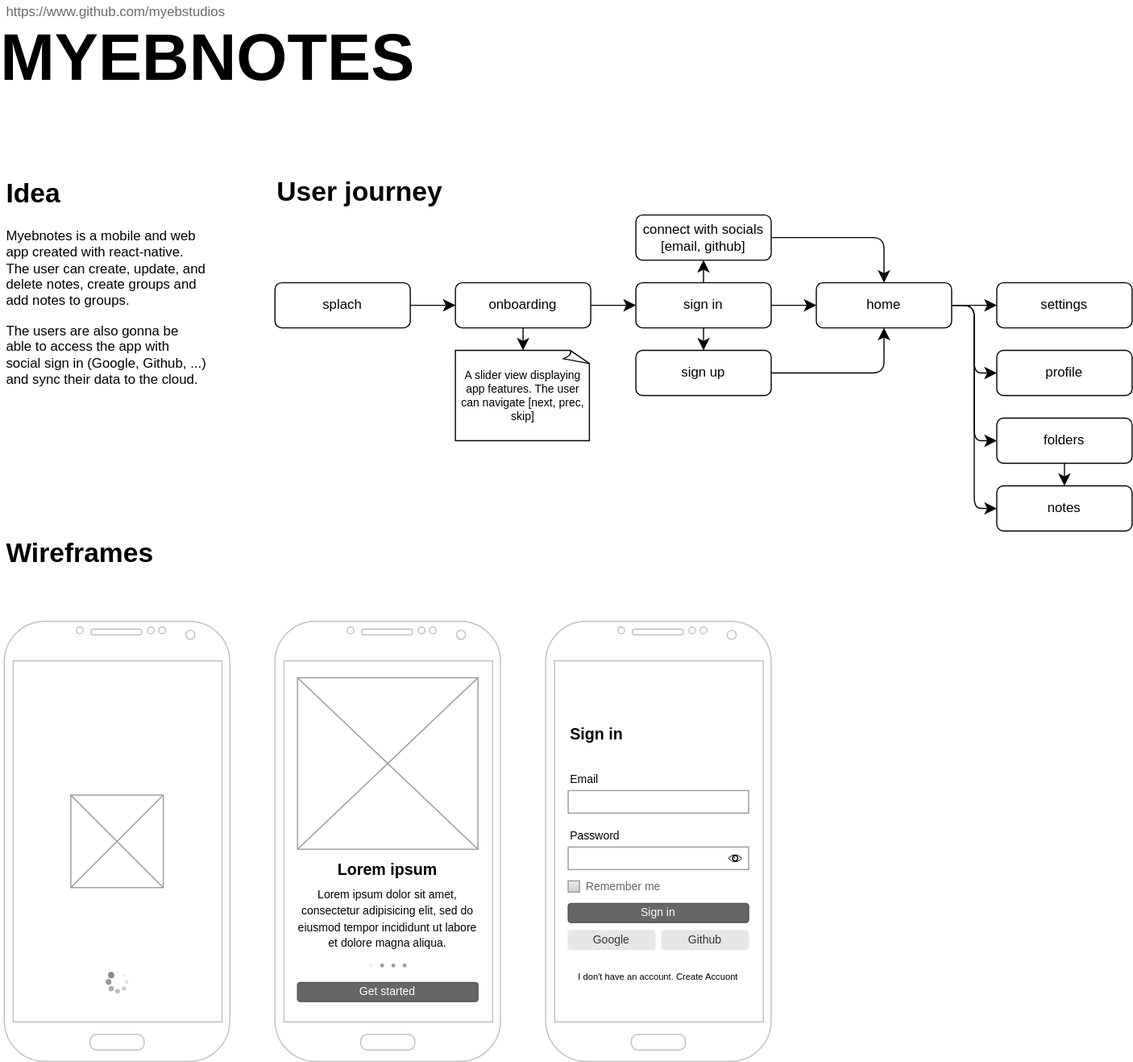
Before: docs/diagrams/concept.svg, a diagram exported from draw.io (myebstudios/myebnotes). Source tidied: cells renumbered, new cells last; positions are measured from the earlier drawing's top-left corner, leaving out a move shared by most shapes.
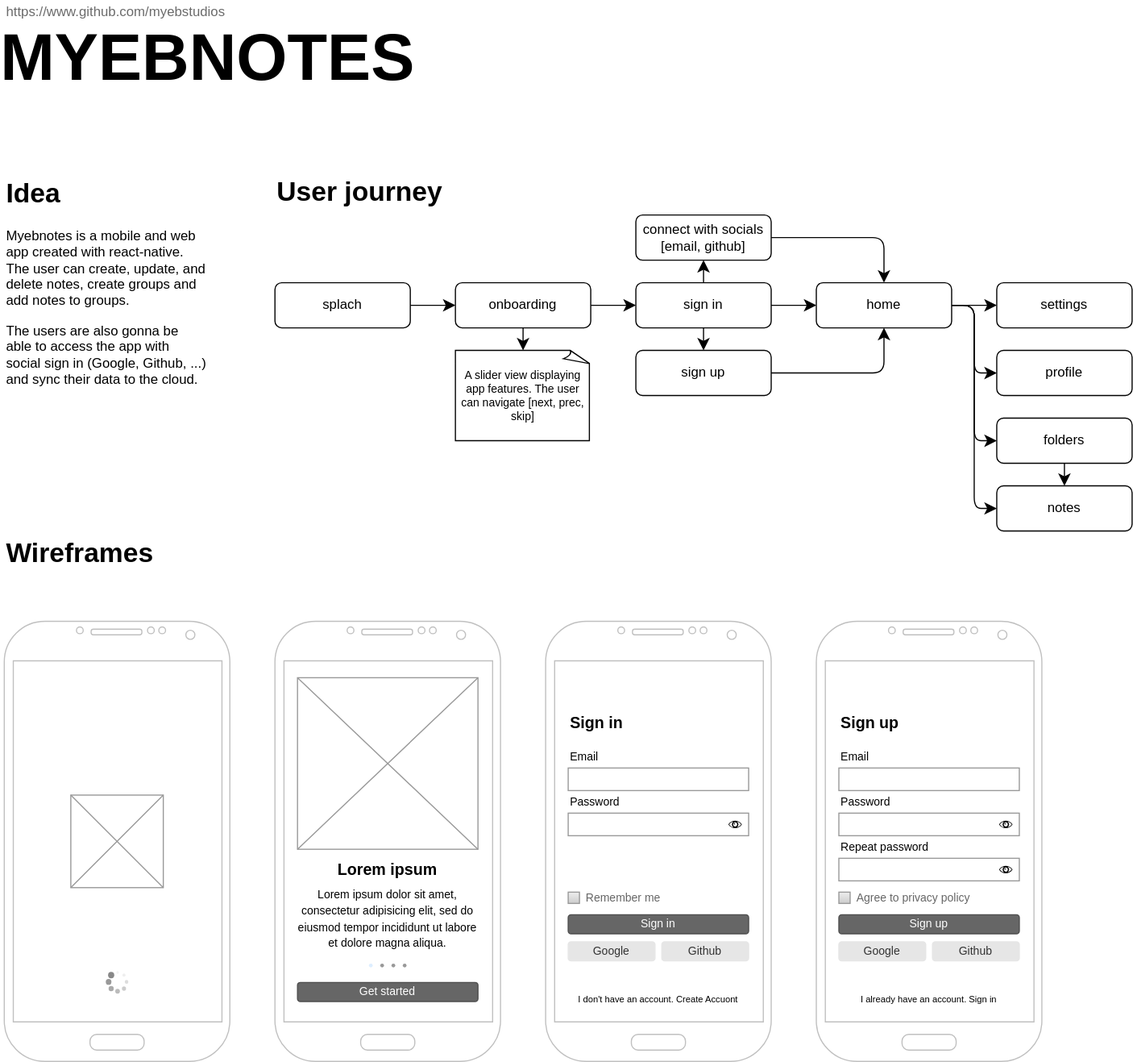
After the commit.

Diff of the diagram source:
```diff
@@ -126,16 +126,13 @@
       <mxGeometry width="200" height="390" as="geometry" />
     </mxCell>
     <mxCell id="43" value="&lt;h3&gt;Sign in&lt;/h3&gt;" style="text;html=1;align=left;verticalAlign=middle;whiteSpace=wrap;rounded=0;" parent="41" vertex="1">
-      <mxGeometry x="20" y="90" width="100" height="20" as="geometry" />
+      <mxGeometry x="20" y="80" width="100" height="20" as="geometry" />
     </mxCell>
     <mxCell id="44" style="group;" parent="41" vertex="1">
-      <mxGeometry x="20" y="130" width="160" height="190" as="geometry" />
+      <mxGeometry x="20" y="120" width="160" height="190" as="geometry" />
     </mxCell>
-    <mxCell id="45" value="&lt;p style=&quot;font-size: 8px;&quot;&gt;I don't have an account. Create Accuont&lt;/p&gt;" style="text;html=1;align=center;verticalAlign=middle;whiteSpace=wrap;rounded=0;fontSize=8;" parent="44" vertex="1">
-      <mxGeometry y="180" width="160" height="10" as="geometry" />
-    </mxCell>
     <mxCell id="46" style="group;" parent="44" vertex="1">
-      <mxGeometry width="160" height="41" as="geometry" />
+      <mxGeometry y="-10" width="160" height="41" as="geometry" />
     </mxCell>
     <mxCell id="47" value="********" style="strokeWidth=1;shadow=0;dashed=0;align=center;html=1;shape=mxgraph.mockup.forms.pwField;strokeColor=#999999;mainText=;align=left;fontColor=#666666;fontSize=17;spacingLeft=3;noLabel=1;" parent="46" vertex="1">
       <mxGeometry y="20" width="160" height="20" as="geometry" />
@@ -144,7 +141,7 @@
       <mxGeometry width="40" height="20" as="geometry" />
     </mxCell>
     <mxCell id="49" style="group;" parent="44" vertex="1">
-      <mxGeometry y="50" width="160" height="41" as="geometry" />
+      <mxGeometry y="30" width="160" height="41" as="geometry" />
     </mxCell>
     <mxCell id="50" value="********" style="strokeWidth=1;shadow=0;dashed=0;align=center;html=1;shape=mxgraph.mockup.forms.pwField;strokeColor=#999999;mainText=;align=left;fontColor=#666666;fontSize=17;spacingLeft=3;noLabel=1;" parent="49" vertex="1">
       <mxGeometry y="20" width="160" height="20" as="geometry" />
@@ -156,10 +153,10 @@
       <mxGeometry x="142" y="26.7" width="12" height="6.7" as="geometry" />
     </mxCell>
     <mxCell id="53" value="&lt;p style=&quot;line-height: 177%;&quot;&gt;&lt;font style=&quot;font-size: 10px;&quot;&gt;Remember me&lt;/font&gt;&lt;/p&gt;" style="strokeWidth=1;shadow=0;dashed=0;align=center;html=1;shape=mxgraph.mockup.forms.rrect;rSize=0;fillColor=#eeeeee;strokeColor=#999999;gradientColor=#cccccc;align=left;spacingLeft=4;fontSize=17;fontColor=#666666;labelPosition=right;" parent="44" vertex="1">
-      <mxGeometry y="100" width="10" height="10" as="geometry" />
+      <mxGeometry y="120" width="10" height="10" as="geometry" />
     </mxCell>
     <mxCell id="54" style="group;" parent="44" vertex="1">
-      <mxGeometry y="120" width="160" height="40.9" as="geometry" />
+      <mxGeometry y="140" width="160" height="40.9" as="geometry" />
     </mxCell>
     <mxCell id="55" value="Sign in" style="rounded=1;html=1;shadow=0;dashed=0;whiteSpace=wrap;fontSize=10;fillColor=#666666;align=center;strokeColor=#4D4D4D;fontColor=#ffffff;" parent="54" vertex="1">
       <mxGeometry width="160" height="16.9" as="geometry" />
@@ -170,5 +167,65 @@
     <mxCell id="57" value="Github" style="rounded=1;html=1;shadow=0;dashed=0;whiteSpace=wrap;fontSize=10;fillColor=#E6E6E6;align=center;strokeColor=#E6E6E6;fontColor=#333333;" parent="54" vertex="1">
       <mxGeometry x="83" y="24" width="77" height="16.9" as="geometry" />
     </mxCell>
+    <mxCell id="45" value="&lt;p style=&quot;font-size: 8px;&quot;&gt;I don't have an account. Create Accuont&lt;/p&gt;" style="text;html=1;align=center;verticalAlign=middle;whiteSpace=wrap;rounded=0;fontSize=8;" parent="41" vertex="1">
+      <mxGeometry x="20" y="330" width="160" height="10" as="geometry" />
+    </mxCell>
+    <mxCell id="58" style="verticalLabelPosition=bottom;verticalAlign=top;html=1;shadow=0;dashed=0;strokeWidth=1;shape=mxgraph.android.phone2;strokeColor=#c0c0c0;" parent="1" vertex="1">
+      <mxGeometry x="720" y="550" width="200" height="390" as="geometry" />
+    </mxCell>
+    <mxCell id="59" value="&lt;h3&gt;Sign up&lt;/h3&gt;" style="text;html=1;align=left;verticalAlign=middle;whiteSpace=wrap;rounded=0;" parent="1" vertex="1">
+      <mxGeometry x="740" y="630" width="100" height="20" as="geometry" />
+    </mxCell>
+    <mxCell id="60" value="&lt;p style=&quot;font-size: 8px;&quot;&gt;I already have an account. Sign in&lt;/p&gt;" style="text;html=1;align=center;verticalAlign=middle;whiteSpace=wrap;rounded=0;fontSize=8;" parent="1" vertex="1">
+      <mxGeometry x="740" y="880" width="160" height="10" as="geometry" />
+    </mxCell>
+    <mxCell id="61" style="group;" parent="1" vertex="1">
+      <mxGeometry x="740" y="660" width="160" height="41" as="geometry" />
+    </mxCell>
+    <mxCell id="62" value="********" style="strokeWidth=1;shadow=0;dashed=0;align=center;html=1;shape=mxgraph.mockup.forms.pwField;strokeColor=#999999;mainText=;align=left;fontColor=#666666;fontSize=17;spacingLeft=3;noLabel=1;" parent="61" vertex="1">
+      <mxGeometry y="20" width="160" height="20" as="geometry" />
+    </mxCell>
+    <mxCell id="63" value="Email" style="text;html=1;align=left;verticalAlign=middle;whiteSpace=wrap;rounded=0;fontSize=10;" parent="61" vertex="1">
+      <mxGeometry width="40" height="20" as="geometry" />
+    </mxCell>
+    <mxCell id="64" style="group;" parent="1" vertex="1">
+      <mxGeometry x="740" y="700" width="160" height="41" as="geometry" />
+    </mxCell>
+    <mxCell id="65" value="********" style="strokeWidth=1;shadow=0;dashed=0;align=center;html=1;shape=mxgraph.mockup.forms.pwField;strokeColor=#999999;mainText=;align=left;fontColor=#666666;fontSize=17;spacingLeft=3;noLabel=1;" parent="64" vertex="1">
+      <mxGeometry y="20" width="160" height="20" as="geometry" />
+    </mxCell>
+    <mxCell id="66" value="Password" style="text;html=1;align=left;verticalAlign=middle;whiteSpace=wrap;rounded=0;fontSize=10;" parent="64" vertex="1">
+      <mxGeometry width="60" height="20" as="geometry" />
+    </mxCell>
+    <mxCell id="67" style="shape=mxgraph.signs.healthcare.eye;html=1;fillColor=#000000;strokeColor=none;verticalLabelPosition=bottom;verticalAlign=top;align=center;" parent="64" vertex="1">
+      <mxGeometry x="142" y="26.7" width="12" height="6.7" as="geometry" />
+    </mxCell>
+    <mxCell id="68" value="&lt;p style=&quot;line-height: 177%;&quot;&gt;&lt;font style=&quot;font-size: 10px;&quot;&gt;Agree to privacy policy&lt;/font&gt;&lt;/p&gt;" style="strokeWidth=1;shadow=0;dashed=0;align=center;html=1;shape=mxgraph.mockup.forms.rrect;rSize=0;fillColor=#eeeeee;strokeColor=#999999;gradientColor=#cccccc;align=left;spacingLeft=4;fontSize=17;fontColor=#666666;labelPosition=right;" parent="1" vertex="1">
+      <mxGeometry x="740" y="790" width="10" height="10" as="geometry" />
+    </mxCell>
+    <mxCell id="69" style="group;" parent="1" vertex="1">
+      <mxGeometry x="740" y="810" width="160" height="40.9" as="geometry" />
+    </mxCell>
+    <mxCell id="70" value="Sign up" style="rounded=1;html=1;shadow=0;dashed=0;whiteSpace=wrap;fontSize=10;fillColor=#666666;align=center;strokeColor=#4D4D4D;fontColor=#ffffff;" parent="69" vertex="1">
+      <mxGeometry width="160" height="16.9" as="geometry" />
+    </mxCell>
+    <mxCell id="71" value="Google" style="rounded=1;html=1;shadow=0;dashed=0;whiteSpace=wrap;fontSize=10;fillColor=#E6E6E6;align=center;strokeColor=#E6E6E6;fontColor=#333333;" parent="69" vertex="1">
+      <mxGeometry y="24" width="77" height="16.9" as="geometry" />
+    </mxCell>
+    <mxCell id="72" value="Github" style="rounded=1;html=1;shadow=0;dashed=0;whiteSpace=wrap;fontSize=10;fillColor=#E6E6E6;align=center;strokeColor=#E6E6E6;fontColor=#333333;" parent="69" vertex="1">
+      <mxGeometry x="83" y="24" width="77" height="16.9" as="geometry" />
+    </mxCell>
+    <mxCell id="73" style="group;" parent="1" vertex="1">
+      <mxGeometry x="740" y="740" width="160" height="41" as="geometry" />
+    </mxCell>
+    <mxCell id="74" value="********" style="strokeWidth=1;shadow=0;dashed=0;align=center;html=1;shape=mxgraph.mockup.forms.pwField;strokeColor=#999999;mainText=;align=left;fontColor=#666666;fontSize=17;spacingLeft=3;noLabel=1;" parent="73" vertex="1">
+      <mxGeometry y="20" width="160" height="20" as="geometry" />
+    </mxCell>
+    <mxCell id="75" value="Repeat password" style="text;html=1;align=left;verticalAlign=middle;whiteSpace=wrap;rounded=0;fontSize=10;" parent="73" vertex="1">
+      <mxGeometry width="100" height="20" as="geometry" />
+    </mxCell>
+    <mxCell id="76" style="shape=mxgraph.signs.healthcare.eye;html=1;fillColor=#000000;strokeColor=none;verticalLabelPosition=bottom;verticalAlign=top;align=center;" parent="73" vertex="1">
+      <mxGeometry x="142" y="26.7" width="12" height="6.7" as="geometry" />
+    </mxCell>
   </root>
 </mxGraphModel>
```
